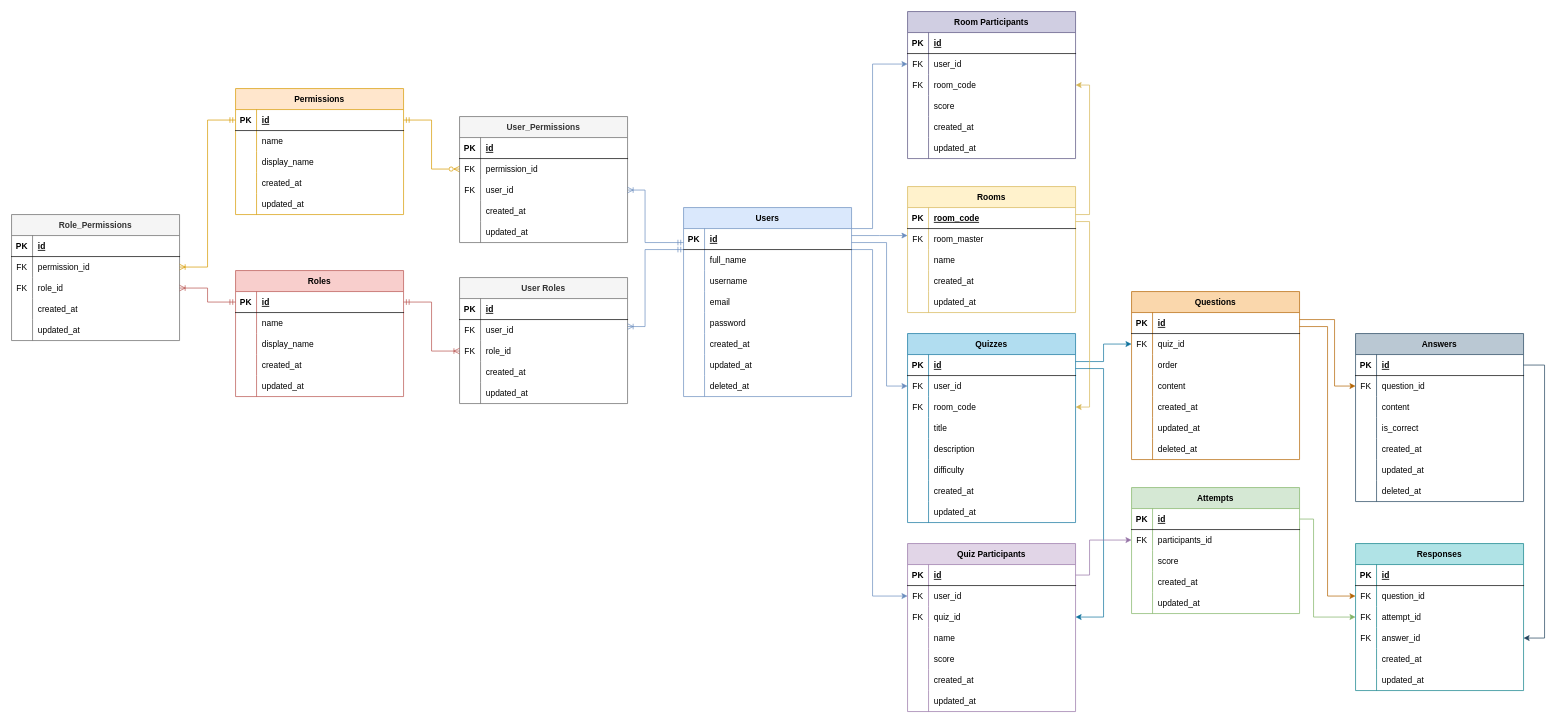
Earlier version of the draw.io diagram databases/erd.drawio (DzakiyDzakwan/Quiz-Application-API). Source tidied: cells renumbered, new cells numbered last; positions are measured from the earlier drawing's top-left corner, leaving out a move shared by most shapes. Both pictures are drawn from the tidied source at 70%, with x=0, y=0 at pixel (11, 11).
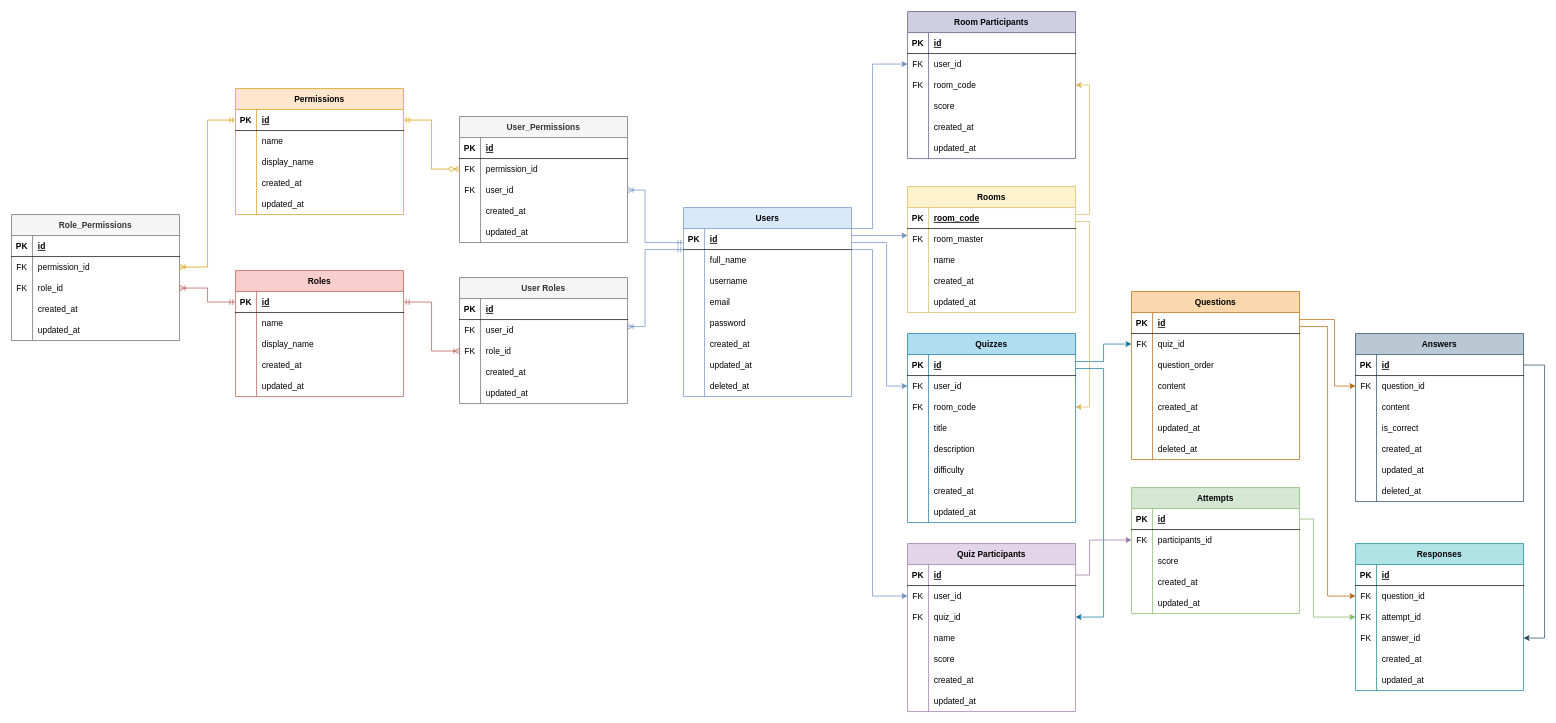
Above is the later version.

Commit message (it also covers changes not shown here):
feat: Question Model & Question Seeder

The change refers to these unchanged cells:
```xml
<mxCell id="34" style="shape=partialRectangle;fillColor=none;top=0;left=0;right=0;bottom=0;" parent="27" vertex="1">
  <mxGeometry y="90" width="240" height="30" as="geometry" />
</mxCell>
```

Change to the diagram source:
```diff
@@
-    <mxCell id="36" value="order" style="shape=partialRectangle;overflow=hidden;fillColor=none;top=0;left=0;bottom=0;right=0;align=left;spacingLeft=6;" parent="34" vertex="1">
+    <mxCell id="36" value="question_order" style="shape=partialRectangle;overflow=hidden;fillColor=none;top=0;left=0;bottom=0;right=0;align=left;spacingLeft=6;" parent="34" vertex="1">
       <mxGeometry x="30" width="210" height="30" as="geometry" />
     </mxCell>
```
